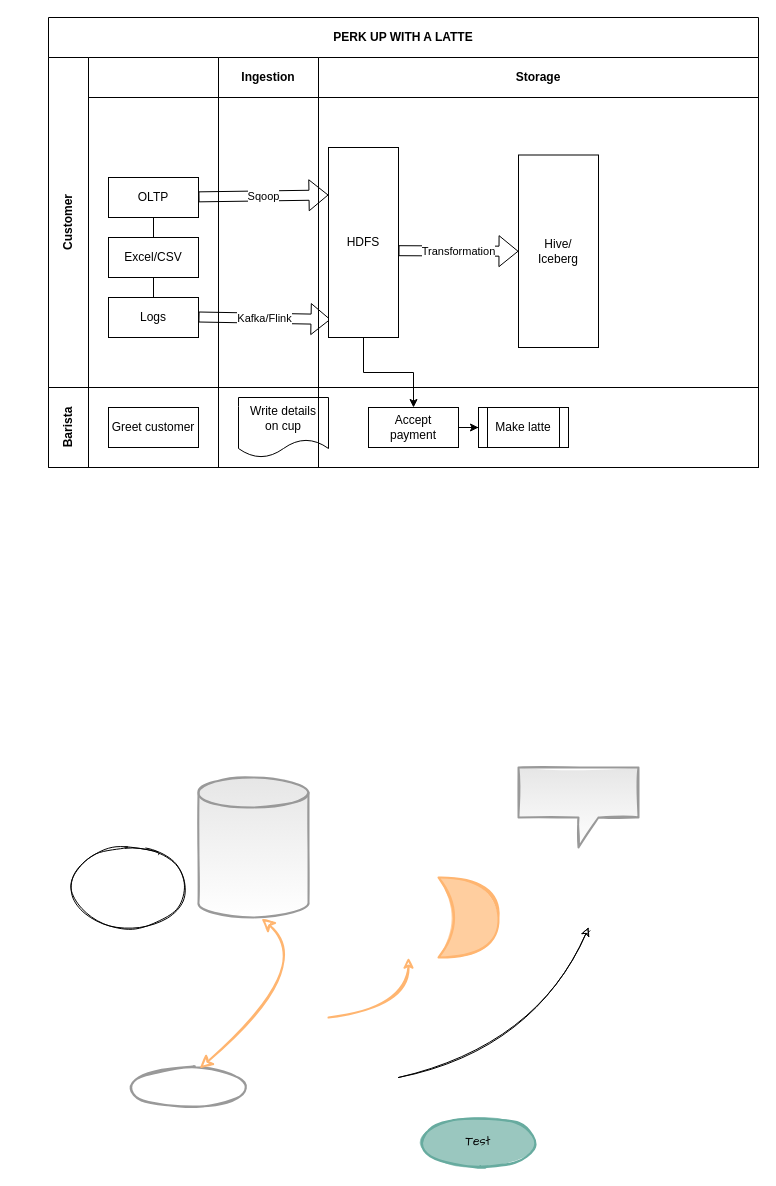
uyennt01/Project1 keeps this draw.io diagram as page "Page-1" (1 of 2) of Untitled Diagram.drawio. Above is the earlier version. Source tidied: cells renumbered, new cells numbered last; positions are measured from the earlier drawing's top-left corner, leaving out a move shared by most shapes. Both pictures are drawn from the tidied source at 100%, with x=0, y=0 at pixel (48, 17).
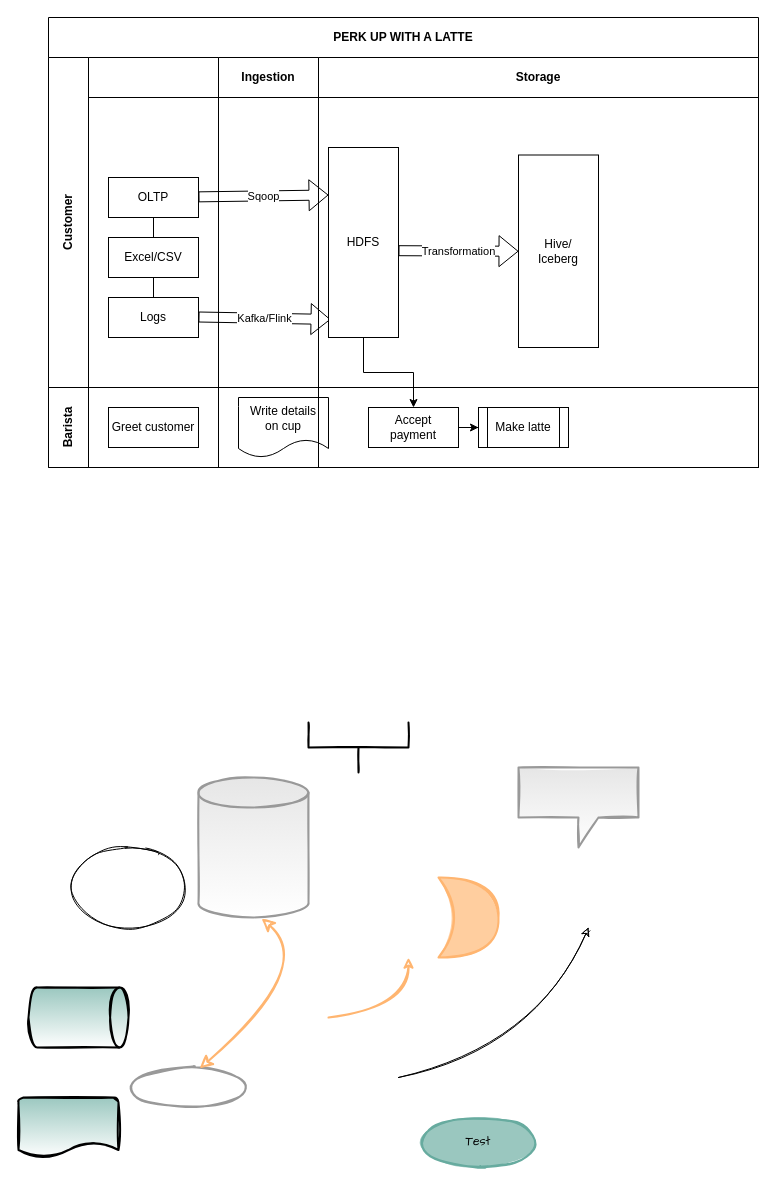
After the change.

Diff of the diagram source:
```diff
@@
+    <mxCell id="39" style="strokeWidth=2;html=1;shape=mxgraph.flowchart.annotation_2;align=left;labelPosition=right;rounded=0;shadow=0;sketch=1;fillStyle=solid;fontFamily=Comic Sans MS;fillColor=#9AC7BF;gradientColor=#ffffff;gradientDirection=south;rotation=-90;" parent="1" vertex="1">
+      <mxGeometry x="285" y="680" width="50" height="100" as="geometry" />
+    </mxCell>
+    <mxCell id="40" style="strokeWidth=2;html=1;shape=mxgraph.flowchart.direct_data;whiteSpace=wrap;rounded=0;shadow=0;sketch=1;fillStyle=solid;fontFamily=Comic Sans MS;fillColor=#9AC7BF;gradientColor=#ffffff;gradientDirection=south;" parent="1" vertex="1">
+      <mxGeometry x="-20" y="970" width="100" height="60" as="geometry" />
+    </mxCell>
+    <mxCell id="41" style="strokeWidth=2;html=1;shape=mxgraph.flowchart.document2;whiteSpace=wrap;size=0.25;rounded=0;shadow=0;sketch=1;fillStyle=solid;fontFamily=Comic Sans MS;fillColor=#9AC7BF;gradientColor=#ffffff;gradientDirection=south;" parent="1" vertex="1">
+      <mxGeometry x="-30" y="1080" width="100" height="60" as="geometry" />
+    </mxCell>
```
